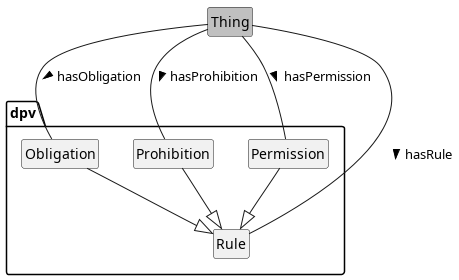
w3c/dpv keeps this PlantUML diagram as 2.2/diagrams/Rules.png. Above is the earlier version. The source it was exported from:
```plantuml
@startuml
!include style.plantuml

package dpv {
    class Rule
    class Permission
    class Prohibition
    class Obligation
}
class Thing #silver

Thing -- Rule : hasRule >
Thing -- Permission : hasPermission >
Thing -- Prohibition : hasProhibition >
Thing -- Obligation : hasObligation >

Rule <|-u- Permission
Rule <|-u- Prohibition
Rule <|-u- Obligation

@enduml
```
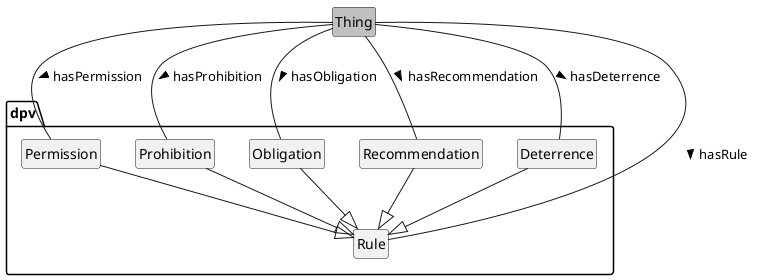
After the change.

Commit message:
fix DPV Rules diagram and HTML types

Change to the diagram source:
```diff
@@ -3,19 +3,25 @@
 
 package dpv {
     class Rule
+    class Deterrence
+    class Recommendation
+    class Obligation
+    class Prohibition
     class Permission
-    class Prohibition
-    class Obligation
 }
 class Thing #silver
 
 Thing -- Rule : hasRule >
+Thing -- Deterrence : hasDeterrence >
+Thing -- Recommendation : hasRecommendation >
+Thing -- Obligation : hasObligation >
+Thing -- Prohibition : hasProhibition >
 Thing -- Permission : hasPermission >
-Thing -- Prohibition : hasProhibition >
-Thing -- Obligation : hasObligation >
 
+Rule <|-u- Deterrence
+Rule <|-u- Recommendation
+Rule <|-u- Obligation
+Rule <|-u- Prohibition
 Rule <|-u- Permission
-Rule <|-u- Prohibition
-Rule <|-u- Obligation
 
 @enduml
```
